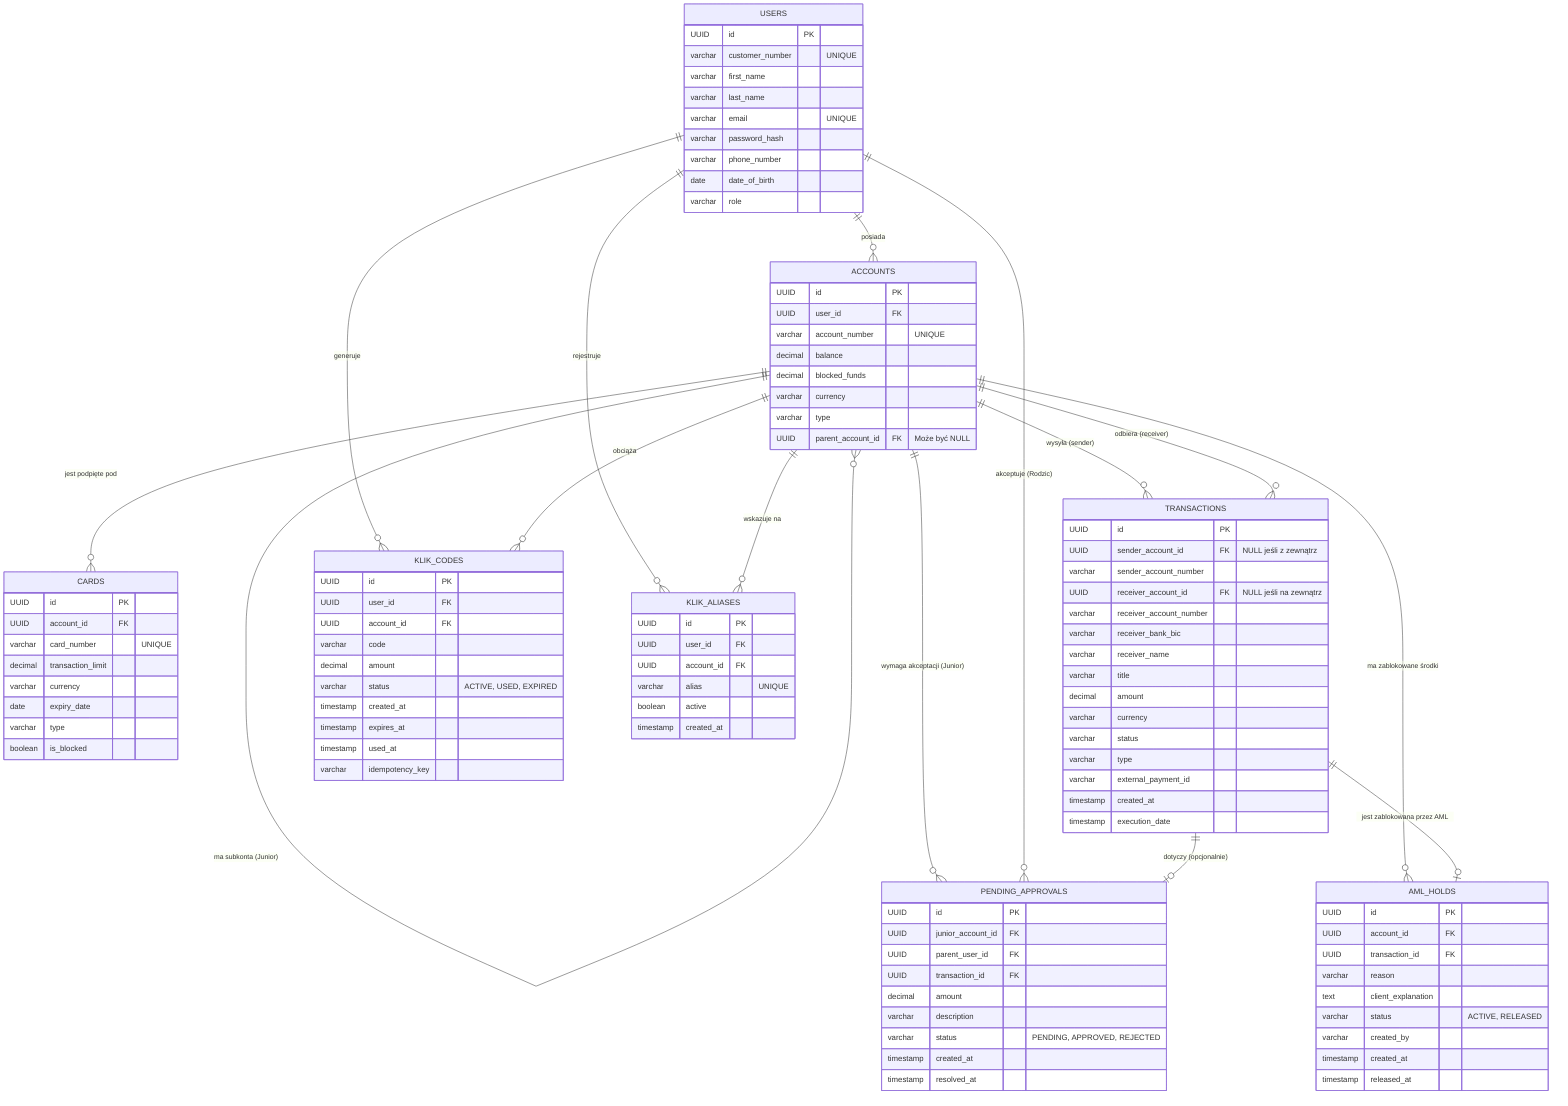
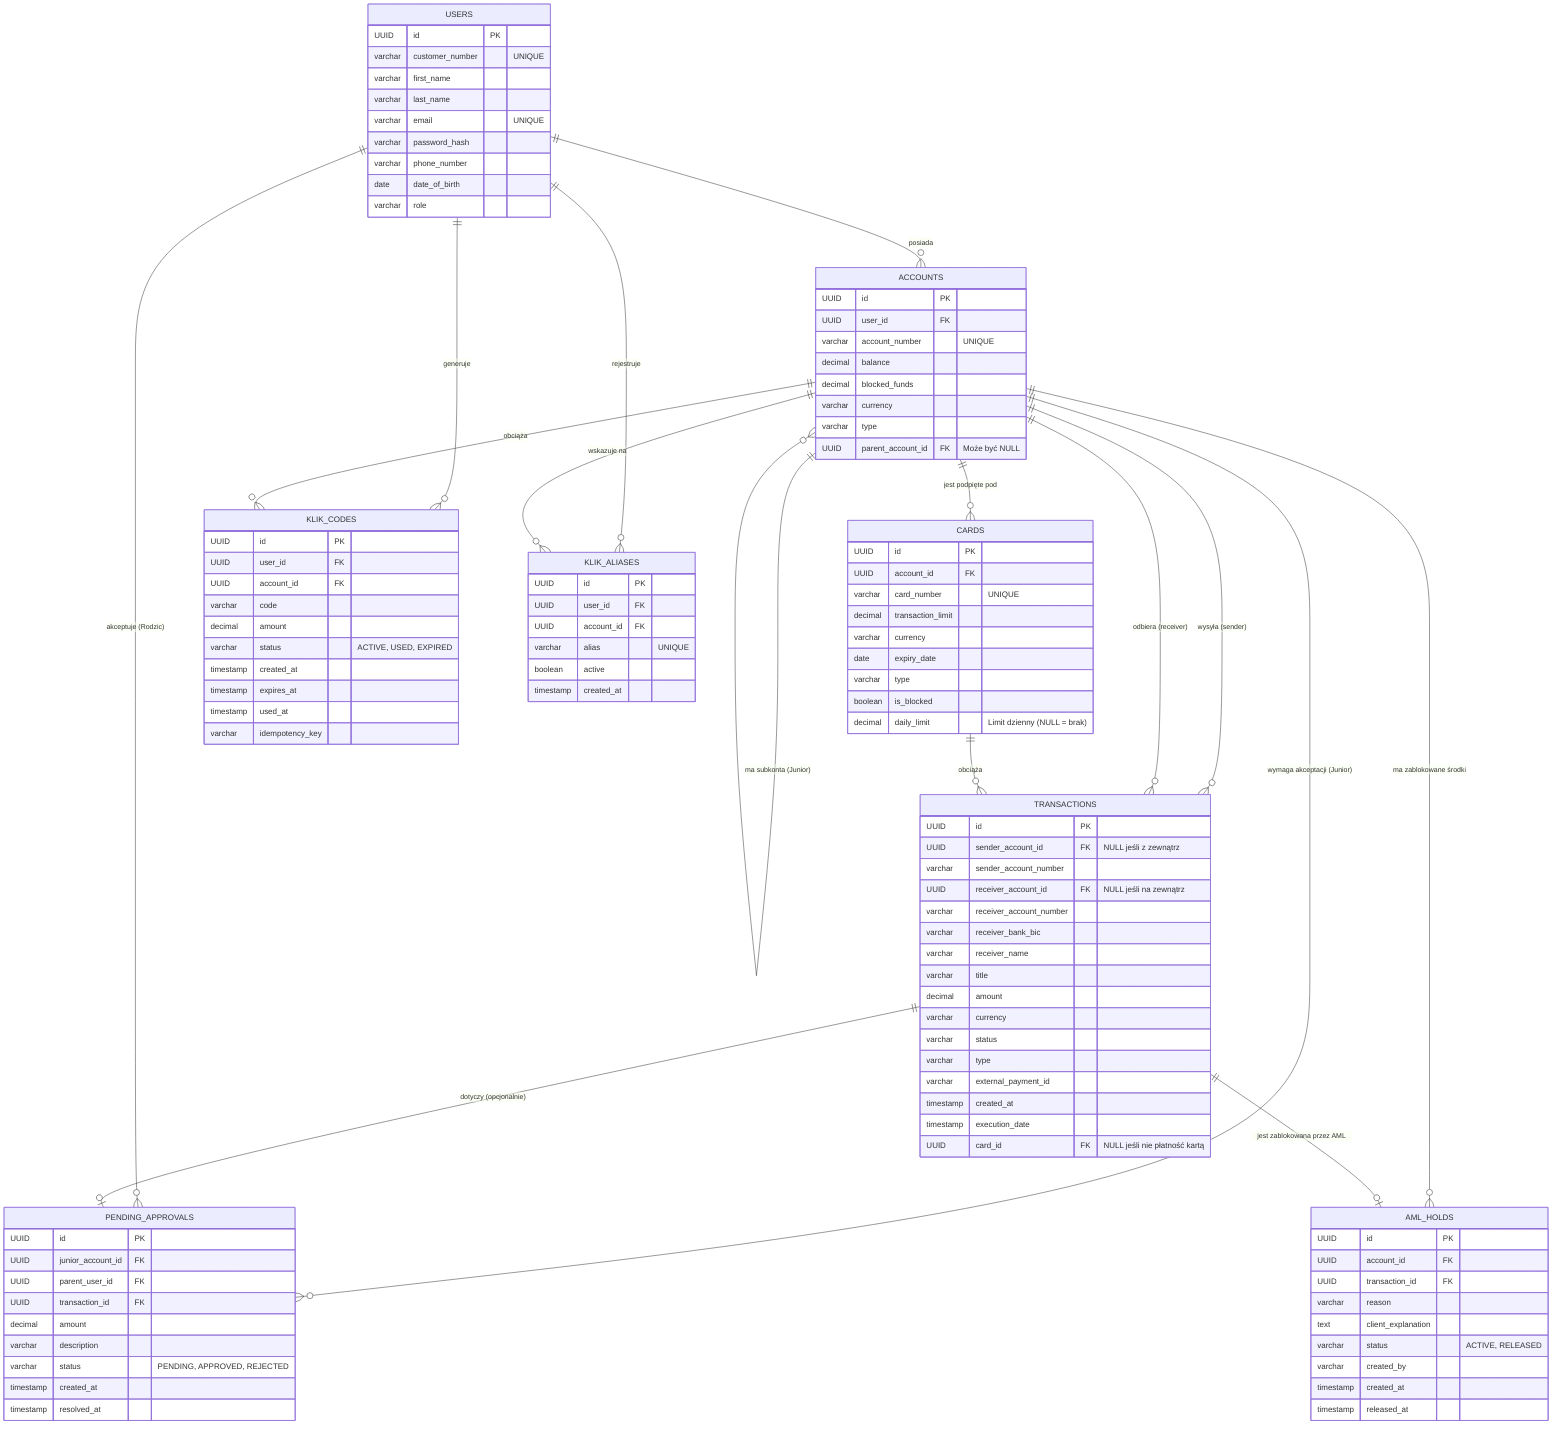
erDiagram
    %% ==========================================
    %% GŁÓWNE TABELE
    %% ==========================================
    USERS {
        UUID id PK
        varchar customer_number "UNIQUE"
        varchar first_name
        varchar last_name
        varchar email "UNIQUE"
        varchar password_hash
        varchar phone_number
        date date_of_birth
        varchar role
    }

    ACCOUNTS {
        UUID id PK
        UUID user_id FK
        varchar account_number "UNIQUE"
        decimal balance
        decimal blocked_funds
        varchar currency
        varchar type
        UUID parent_account_id FK "Może być NULL"
    }

    CARDS {
        UUID id PK
        UUID account_id FK
        varchar card_number "UNIQUE"
        decimal transaction_limit
        varchar currency
        date expiry_date
        varchar type
        boolean is_blocked
+         decimal daily_limit "Limit dzienny (NULL = brak)"
    }

    TRANSACTIONS {
        UUID id PK
        UUID sender_account_id FK "NULL jeśli z zewnątrz"
        varchar sender_account_number
        UUID receiver_account_id FK "NULL jeśli na zewnątrz"
        varchar receiver_account_number
        varchar receiver_bank_bic
        varchar receiver_name
        varchar title
        decimal amount
        varchar currency
        varchar status
        varchar type
        varchar external_payment_id
        timestamp created_at
        timestamp execution_date
+         UUID card_id FK "NULL jeśli nie płatność kartą"
    }

    %% ==========================================
    %% TABELE ROZSZERZAJĄCE
    %% ==========================================
    PENDING_APPROVALS {
        UUID id PK
        UUID junior_account_id FK
        UUID parent_user_id FK
        UUID transaction_id FK
        decimal amount
        varchar description
        varchar status "PENDING, APPROVED, REJECTED"
        timestamp created_at
        timestamp resolved_at
    }

    KLIK_CODES {
        UUID id PK
        UUID user_id FK
        UUID account_id FK
        varchar code
        decimal amount
        varchar status "ACTIVE, USED, EXPIRED"
        timestamp created_at
        timestamp expires_at
        timestamp used_at
        varchar idempotency_key
    }

    KLIK_ALIASES {
        UUID id PK
        UUID user_id FK
        UUID account_id FK
        varchar alias "UNIQUE"
        boolean active
        timestamp created_at
    }

    AML_HOLDS {
        UUID id PK
        UUID account_id FK
        UUID transaction_id FK
        varchar reason
        text client_explanation
        varchar status "ACTIVE, RELEASED"
        varchar created_by
        timestamp created_at
        timestamp released_at
    }

    %% ==========================================
    %% RELACJE
    %% ==========================================
    USERS ||--o{ ACCOUNTS : "posiada"
    ACCOUNTS ||--o{ ACCOUNTS : "ma subkonta (Junior)"

    ACCOUNTS ||--o{ CARDS : "jest podpięte pod"

    ACCOUNTS ||--o{ TRANSACTIONS : "wysyła (sender)"
    ACCOUNTS ||--o{ TRANSACTIONS : "odbiera (receiver)"

    %% Relacje Pending Approvals
    ACCOUNTS ||--o{ PENDING_APPROVALS : "wymaga akceptacji (Junior)"
    USERS ||--o{ PENDING_APPROVALS : "akceptuje (Rodzic)"
    TRANSACTIONS ||--o| PENDING_APPROVALS : "dotyczy (opcjonalnie)"

    %% Relacje BLIK (KLIK)
    USERS ||--o{ KLIK_CODES : "generuje"
    ACCOUNTS ||--o{ KLIK_CODES : "obciąża"

    USERS ||--o{ KLIK_ALIASES : "rejestruje"
    ACCOUNTS ||--o{ KLIK_ALIASES : "wskazuje na"

    %% Relacje AML
    ACCOUNTS ||--o{ AML_HOLDS : "ma zablokowane środki"
-     TRANSACTIONS ||--o| AML_HOLDS : "jest zablokowana przez AML"+     TRANSACTIONS ||--o| AML_HOLDS : "jest zablokowana przez AML"
+ 
+     CARDS ||--o{ TRANSACTIONS : "obciąża"